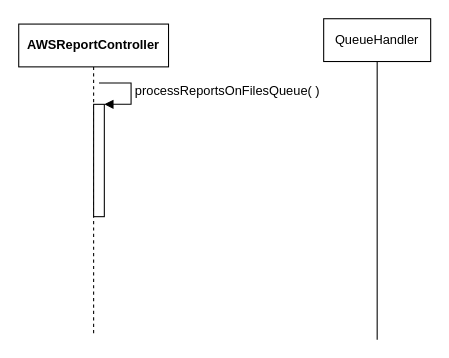
viniciuSquare/AWS-Capacity_report keeps this draw.io diagram as page "Page-2" (2 of 2) of docs/model.drawio. Above is the earlier version. Source tidied: cells renumbered, new cells numbered last; positions are measured from the earlier drawing's top-left corner, leaving out a move shared by most shapes. Both pictures are drawn from the tidied source at 107%, with x=0, y=0 at pixel (18, 18).
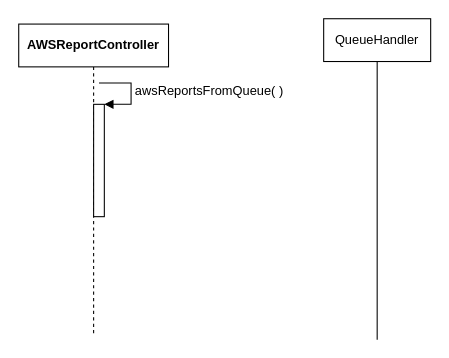
The same page after the edit.

Diff of the diagram source:
```diff
@@
 <mxGraphModel>
   <root>
     <mxCell id="0" />
     <mxCell id="1" parent="0" />
     <mxCell id="2" value="&lt;span style=&quot;font-weight: 700&quot;&gt;AWSReportController&lt;/span&gt;" style="shape=umlLifeline;perimeter=lifelinePerimeter;whiteSpace=wrap;html=1;" parent="1" vertex="1">
       <mxGeometry y="5" width="140" height="290" as="geometry" />
     </mxCell>
     <mxCell id="3" style="html=1;points=[];perimeter=orthogonalPerimeter;" parent="2" vertex="1">
       <mxGeometry x="70" y="75" width="10" height="105" as="geometry" />
     </mxCell>
-    <mxCell id="4" value="&lt;span style=&quot;font-size: 12px&quot;&gt;processReportsOnFilesQueue( )&lt;/span&gt;" style="edgeStyle=orthogonalEdgeStyle;html=1;align=left;spacingLeft=2;endArrow=block;rounded=0;entryX=1;entryY=0;" parent="2" edge="1" target="3">
+    <mxCell id="4" value="&lt;span style=&quot;font-size: 12px&quot;&gt;awsReportsFromQueue( )&lt;/span&gt;" style="edgeStyle=orthogonalEdgeStyle;html=1;align=left;spacingLeft=2;endArrow=block;rounded=0;entryX=1;entryY=0;" parent="2" edge="1" target="3">
       <mxGeometry relative="1" as="geometry">
         <mxPoint x="75" y="55" as="sourcePoint" />
         <Array as="points">
           <mxPoint x="105" y="55" />
         </Array>
       </mxGeometry>
     </mxCell>
     <mxCell id="5" value="QueueHandler" style="shape=umlLifeline;perimeter=lifelinePerimeter;whiteSpace=wrap;html=1;lifelineDashed=0;" parent="1" vertex="1">
       <mxGeometry x="285" width="100" height="300" as="geometry" />
     </mxCell>
   </root>
 </mxGraphModel>
```
